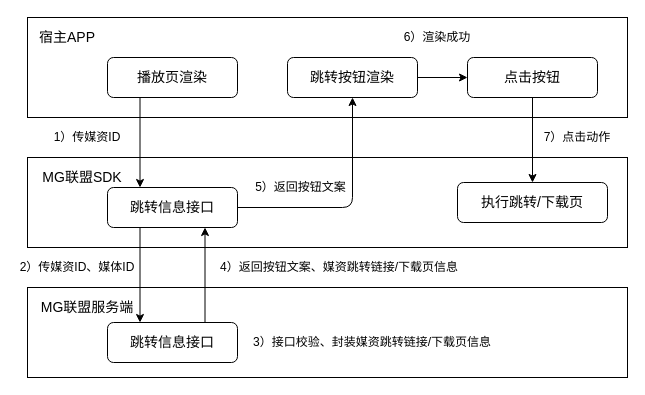
This is Untitled Diagram.drawio from jakey766/goblog, a draw.io file, before an edit. Source tidied: cells renumbered, new cells numbered last; positions are measured from the earlier drawing's top-left corner, leaving out a move shared by most shapes. Both pictures are drawn from the tidied source at 100%, with x=0, y=0 at pixel (17, 17).
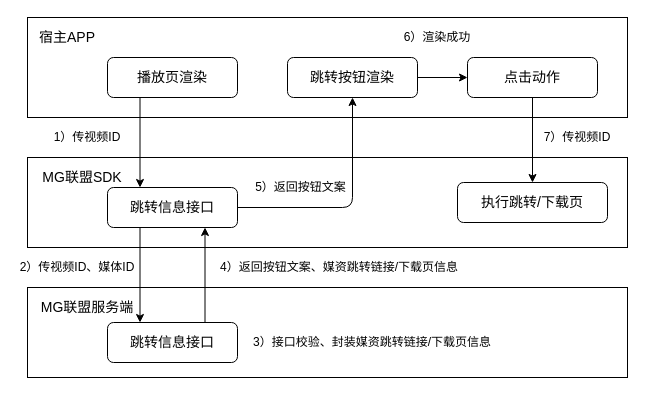
Above is the later version.

Commit message:
union_click

Change to the diagram source:
```diff
@@
-    <mxCell id="14" value="&lt;font style=&quot;font-size: 14px&quot;&gt;点击按钮&lt;/font&gt;" style="rounded=1;whiteSpace=wrap;html=1;" parent="1" vertex="1">
+    <mxCell id="14" value="&lt;font style=&quot;font-size: 14px&quot;&gt;点击动作&lt;/font&gt;" style="rounded=1;whiteSpace=wrap;html=1;" parent="1" vertex="1">
       <mxGeometry x="450" y="40" width="130" height="40" as="geometry" />
     </mxCell>
@@
-    <mxCell id="18" value="1）传媒资ID" style="text;html=1;strokeColor=none;fillColor=none;align=center;verticalAlign=middle;whiteSpace=wrap;rounded=0;" parent="1" vertex="1">
+    <mxCell id="18" value="1）传视频ID" style="text;html=1;strokeColor=none;fillColor=none;align=center;verticalAlign=middle;whiteSpace=wrap;rounded=0;" parent="1" vertex="1">
       <mxGeometry x="30" y="110" width="80" height="20" as="geometry" />
     </mxCell>
-    <mxCell id="19" value="2）传媒资ID、媒体ID" style="text;html=1;strokeColor=none;fillColor=none;align=center;verticalAlign=middle;whiteSpace=wrap;rounded=0;" parent="1" vertex="1">
+    <mxCell id="19" value="2）传视频ID、媒体ID" style="text;html=1;strokeColor=none;fillColor=none;align=center;verticalAlign=middle;whiteSpace=wrap;rounded=0;" parent="1" vertex="1">
       <mxGeometry y="240" width="120" height="20" as="geometry" />
     </mxCell>
@@
-    <mxCell id="26" value="7）点击动作" style="text;html=1;strokeColor=none;fillColor=none;align=center;verticalAlign=middle;whiteSpace=wrap;rounded=0;" parent="1" vertex="1">
+    <mxCell id="26" value="7）传视频ID" style="text;html=1;strokeColor=none;fillColor=none;align=center;verticalAlign=middle;whiteSpace=wrap;rounded=0;" parent="1" vertex="1">
       <mxGeometry x="520" y="110" width="80" height="20" as="geometry" />
     </mxCell>
```
